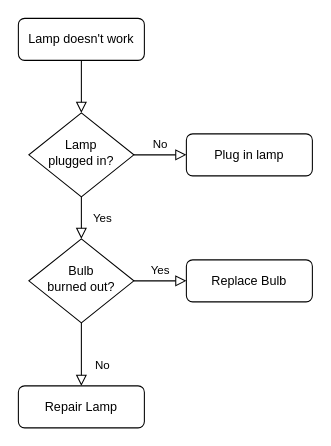
This is 监控巡检流程.drawio from 463024907/draw.io, a draw.io file, before an edit. Source tidied: cells renumbered, new cells numbered last; positions are measured from the earlier drawing's top-left corner, leaving out a move shared by most shapes. Both pictures are drawn from the tidied source at 105%, with x=0, y=0 at pixel (18, 18).
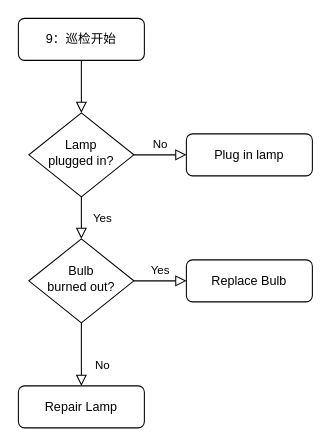
After the change.

Commit message (it also covers changes not shown here):
Update 监控巡检流程.drawio

What changed in the source:
```diff
@@
 <mxGraphModel>
   <root>
     <mxCell id="0" />
     <mxCell id="1" parent="0" />
     <mxCell id="2" style="rounded=0;html=1;jettySize=auto;fontSize=11;endArrow=block;endFill=0;endSize=8;strokeWidth=1;shadow=0;labelBackgroundColor=none;edgeStyle=orthogonalEdgeStyle;" parent="1" edge="1" source="3" target="6">
       <mxGeometry relative="1" as="geometry" />
     </mxCell>
-    <mxCell id="3" value="Lamp doesn't work" style="rounded=1;whiteSpace=wrap;html=1;fontSize=12;glass=0;strokeWidth=1;shadow=0;" parent="1" vertex="1">
+    <mxCell id="3" value="9：巡检开始" style="rounded=1;whiteSpace=wrap;html=1;fontSize=12;glass=0;strokeWidth=1;shadow=0;" parent="1" vertex="1">
       <mxGeometry width="120" height="40" as="geometry" />
     </mxCell>
     <mxCell id="4" value="Yes" style="rounded=0;html=1;jettySize=auto;fontSize=11;endArrow=block;endFill=0;endSize=8;strokeWidth=1;shadow=0;labelBackgroundColor=none;edgeStyle=orthogonalEdgeStyle;" parent="1" edge="1" source="6" target="10">
       <mxGeometry y="20" relative="1" as="geometry" />
     </mxCell>
     <mxCell id="5" value="No" style="edgeStyle=orthogonalEdgeStyle;rounded=0;html=1;jettySize=auto;fontSize=11;endArrow=block;endFill=0;endSize=8;strokeWidth=1;shadow=0;labelBackgroundColor=none;" parent="1" edge="1" source="6" target="7">
       <mxGeometry y="10" relative="1" as="geometry" />
     </mxCell>
     <mxCell id="6" value="Lamp&lt;br&gt;plugged in?" style="rhombus;whiteSpace=wrap;html=1;shadow=0;fontFamily=Helvetica;fontSize=12;align=center;strokeWidth=1;spacing=6;spacingTop=-4;" parent="1" vertex="1">
       <mxGeometry x="10" y="90" width="100" height="80" as="geometry" />
     </mxCell>
     <mxCell id="7" value="Plug in lamp" style="rounded=1;whiteSpace=wrap;html=1;fontSize=12;glass=0;strokeWidth=1;shadow=0;" parent="1" vertex="1">
       <mxGeometry x="160" y="110" width="120" height="40" as="geometry" />
     </mxCell>
     <mxCell id="8" value="No" style="rounded=0;html=1;jettySize=auto;fontSize=11;endArrow=block;endFill=0;endSize=8;strokeWidth=1;shadow=0;labelBackgroundColor=none;edgeStyle=orthogonalEdgeStyle;" parent="1" edge="1" source="10" target="11">
       <mxGeometry x="0.33" y="20" relative="1" as="geometry" />
     </mxCell>
     <mxCell id="9" value="Yes" style="edgeStyle=orthogonalEdgeStyle;rounded=0;html=1;jettySize=auto;fontSize=11;endArrow=block;endFill=0;endSize=8;strokeWidth=1;shadow=0;labelBackgroundColor=none;" parent="1" edge="1" source="10" target="12">
       <mxGeometry y="10" relative="1" as="geometry" />
     </mxCell>
     <mxCell id="10" value="Bulb&lt;br&gt;burned out?" style="rhombus;whiteSpace=wrap;html=1;shadow=0;fontFamily=Helvetica;fontSize=12;align=center;strokeWidth=1;spacing=6;spacingTop=-4;" parent="1" vertex="1">
       <mxGeometry x="10" y="210" width="100" height="80" as="geometry" />
     </mxCell>
     <mxCell id="11" value="Repair Lamp" style="rounded=1;whiteSpace=wrap;html=1;fontSize=12;glass=0;strokeWidth=1;shadow=0;" parent="1" vertex="1">
       <mxGeometry y="350" width="120" height="40" as="geometry" />
     </mxCell>
     <mxCell id="12" value="Replace Bulb" style="rounded=1;whiteSpace=wrap;html=1;fontSize=12;glass=0;strokeWidth=1;shadow=0;" parent="1" vertex="1">
       <mxGeometry x="160" y="230" width="120" height="40" as="geometry" />
     </mxCell>
   </root>
 </mxGraphModel>
```
